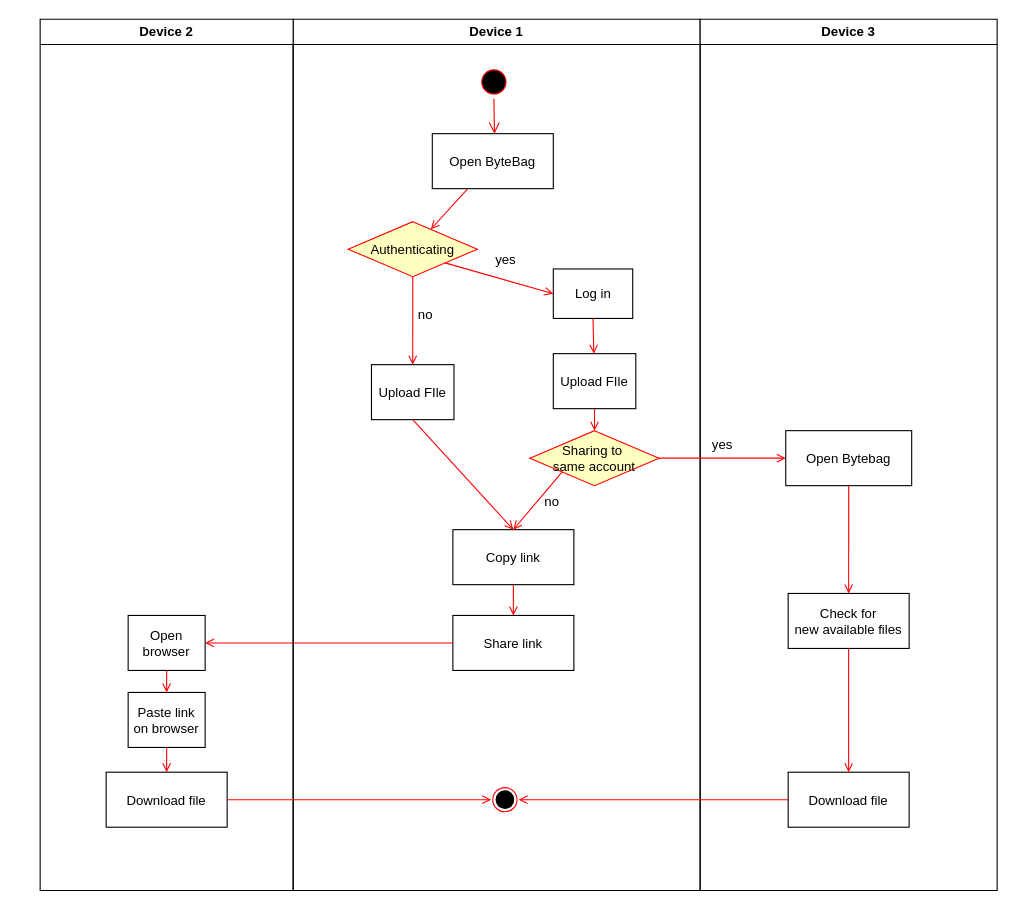
Earlier version of the draw.io diagram 721/ByteBag_Activity_Diagram.drawio (kauer3/bit). Source tidied: cells renumbered, new cells numbered last; positions are measured from the earlier drawing's top-left corner, leaving out a move shared by most shapes. Both pictures are drawn from the tidied source at 110%, with x=0, y=0 at pixel (40, 19).
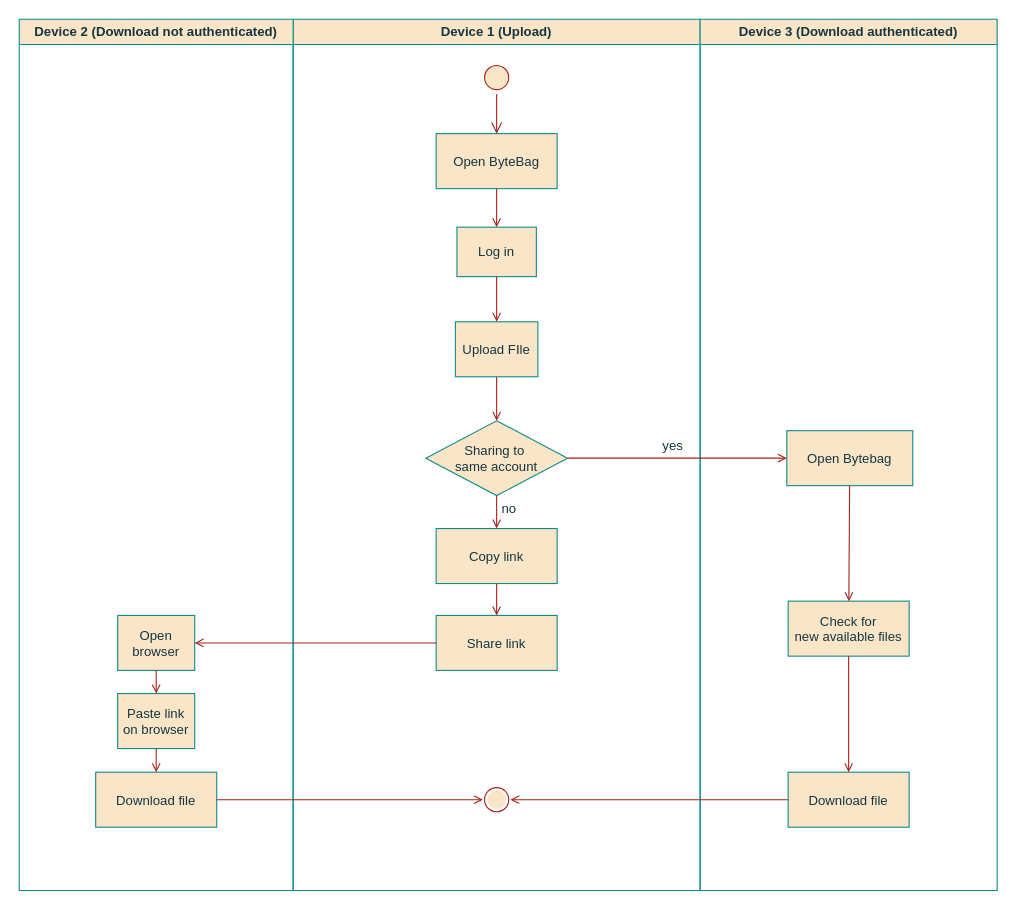
The same diagram, later.

What changed in the source:
```diff
@@
-    <mxCell id="2" value="Device 1" style="swimlane;whiteSpace=wrap;" parent="1" vertex="1">
+    <mxCell id="2" value="Device 1 (Upload)" style="swimlane;whiteSpace=wrap;startSize=23;rounded=0;labelBackgroundColor=none;fillColor=#FAE5C7;strokeColor=#0F8B8D;fontColor=#143642;" parent="1" vertex="1">
       <mxGeometry x="230" width="370" height="792" as="geometry" />
     </mxCell>
+    <mxCell id="25" style="ellipse;shape=startState;strokeColor=none;labelBackgroundColor=none;html=1;rounded=0;fillColor=#FAE5C7;fontColor=#143642;" parent="2" vertex="1">
+      <mxGeometry x="172.5" y="697" width="25" height="25" as="geometry" />
+    </mxCell>
-    <mxCell id="3" style="ellipse;shape=startState;fillColor=#000000;strokeColor=#ff0000;" parent="2" vertex="1">
-      <mxGeometry x="167.5" y="42" width="30" height="30" as="geometry" />
+    <mxCell id="3" style="ellipse;shape=startState;rounded=0;labelBackgroundColor=none;fillColor=#FAE5C7;strokeColor=#A8201A;fontColor=#143642;" parent="2" vertex="1">
+      <mxGeometry x="170" y="38" width="30" height="30" as="geometry" />
     </mxCell>
-    <mxCell id="4" style="edgeStyle=elbowEdgeStyle;elbow=horizontal;verticalAlign=bottom;endArrow=open;endSize=8;strokeColor=#FF0000;endFill=1;rounded=0;exitX=0.5;exitY=1;exitDx=0;exitDy=0;" parent="2" edge="1" source="3" target="5">
+    <mxCell id="4" style="edgeStyle=elbowEdgeStyle;elbow=horizontal;verticalAlign=bottom;endArrow=open;endSize=8;endFill=1;rounded=0;exitX=0.5;exitY=1;exitDx=0;exitDy=0;labelBackgroundColor=none;fontColor=default;strokeColor=#A8201A;" parent="2" edge="1" source="3" target="5">
       <mxGeometry x="100" y="40" as="geometry" />
     </mxCell>
-    <mxCell id="5" value="Open ByteBag" parent="2" vertex="1">
-      <mxGeometry x="126.5" y="104" width="110" height="50" as="geometry" />
+    <mxCell id="5" value="Open ByteBag" style="rounded=0;labelBackgroundColor=none;fillColor=#FAE5C7;strokeColor=#0F8B8D;fontColor=#143642;" parent="2" vertex="1">
+      <mxGeometry x="130" y="104" width="110" height="50" as="geometry" />
     </mxCell>
-    <mxCell id="6" style="endArrow=open;strokeColor=#FF0000;endFill=1;rounded=0;exitX=0.5;exitY=1;exitDx=0;exitDy=0;entryX=0.5;entryY=0;entryDx=0;entryDy=0;" parent="2" edge="1" source="21" target="15">
+    <mxCell id="6" style="endArrow=open;endFill=1;rounded=0;exitX=0.5;exitY=1;exitDx=0;exitDy=0;entryX=0.5;entryY=0;entryDx=0;entryDy=0;labelBackgroundColor=none;fontColor=default;strokeColor=#A8201A;" parent="2" edge="1" source="21" target="15">
       <mxGeometry relative="1" as="geometry" />
     </mxCell>
-    <mxCell id="7" value="Sharing to &#10;same account" style="rhombus;fillColor=#ffffc0;strokeColor=#ff0000;" parent="2" vertex="1">
-      <mxGeometry x="215.2" y="374" width="117.5" height="50" as="geometry" />
+    <mxCell id="7" value="Sharing to &#10;same account" style="rhombus;rounded=0;labelBackgroundColor=none;fillColor=#FAE5C7;strokeColor=#0F8B8D;fontColor=#143642;" parent="2" vertex="1">
+      <mxGeometry x="120.6" y="365" width="128.8" height="68" as="geometry" />
     </mxCell>
-    <mxCell id="8" style="endArrow=open;strokeColor=#FF0000;endFill=1;rounded=0;exitX=0.5;exitY=1;exitDx=0;exitDy=0;" parent="2" edge="1" source="18" target="7">
+    <mxCell id="8" style="endArrow=open;endFill=1;rounded=0;exitX=0.5;exitY=1;exitDx=0;exitDy=0;labelBackgroundColor=none;fontColor=default;strokeColor=#A8201A;" parent="2" edge="1" source="18" target="7">
       <mxGeometry relative="1" as="geometry" />
     </mxCell>
-    <mxCell id="9" style="endArrow=open;strokeColor=#FF0000;endFill=1;rounded=0;" parent="2" edge="1" source="5" target="16">
+    <mxCell id="9" style="endArrow=open;endFill=1;rounded=0;labelBackgroundColor=none;fontColor=default;strokeColor=#A8201A;entryX=0.5;entryY=0;entryDx=0;entryDy=0;" parent="2" edge="1" source="5" target="12">
       <mxGeometry relative="1" as="geometry" />
     </mxCell>
-    <mxCell id="10" value="&lt;div&gt;yes&lt;/div&gt;" style="text;html=1;align=center;verticalAlign=middle;strokeColor=none;fillColor=none;" parent="2" vertex="1">
-      <mxGeometry x="172.5" y="204" width="40" height="30" as="geometry" />
-    </mxCell>
-    <mxCell id="11" style="endArrow=open;strokeColor=#FF0000;endFill=1;rounded=0;exitX=1;exitY=1;exitDx=0;exitDy=0;entryX=0;entryY=0.5;entryDx=0;entryDy=0;" parent="2" edge="1" source="16" target="12">
-      <mxGeometry relative="1" as="geometry" />
-    </mxCell>
-    <mxCell id="12" value="&lt;div&gt;Log in&lt;/div&gt;" style="whiteSpace=wrap;html=1;" parent="2" vertex="1">
-      <mxGeometry x="236.5" y="227" width="72.2" height="45" as="geometry" />
+    <mxCell id="12" value="&lt;div&gt;Log in&lt;/div&gt;" style="whiteSpace=wrap;html=1;rounded=0;labelBackgroundColor=none;fillColor=#FAE5C7;strokeColor=#0F8B8D;fontColor=#143642;" parent="2" vertex="1">
+      <mxGeometry x="148.9" y="189" width="72.2" height="45" as="geometry" />
     </mxCell>
-    <mxCell id="13" value="Upload FIle" parent="2" vertex="1">
-      <mxGeometry x="71.2" y="314" width="75" height="50" as="geometry" />
-    </mxCell>
-    <mxCell id="14" style="endArrow=open;strokeColor=#FF0000;endFill=1;rounded=0;" parent="2" edge="1" source="16" target="13">
-      <mxGeometry relative="1" as="geometry" />
-    </mxCell>
-    <mxCell id="15" value="Share link" parent="2" vertex="1">
-      <mxGeometry x="145.2" y="542" width="110" height="50" as="geometry" />
+    <mxCell id="15" value="Share link" style="rounded=0;labelBackgroundColor=none;fillColor=#FAE5C7;strokeColor=#0F8B8D;fontColor=#143642;" parent="2" vertex="1">
+      <mxGeometry x="130" y="542" width="110" height="50" as="geometry" />
     </mxCell>
-    <mxCell id="16" value="Authenticating" style="rhombus;fillColor=#ffffc0;strokeColor=#ff0000;" parent="2" vertex="1">
-      <mxGeometry x="50" y="184" width="117.5" height="50" as="geometry" />
-    </mxCell>
-    <mxCell id="17" value="no" style="text;html=1;align=center;verticalAlign=middle;strokeColor=none;fillColor=none;" parent="2" vertex="1">
-      <mxGeometry x="100" y="254" width="40" height="30" as="geometry" />
-    </mxCell>
-    <mxCell id="18" value="Upload FIle" parent="2" vertex="1">
-      <mxGeometry x="236.5" y="304" width="75" height="50" as="geometry" />
+    <mxCell id="18" value="Upload FIle" style="rounded=0;labelBackgroundColor=none;fillColor=#FAE5C7;strokeColor=#0F8B8D;fontColor=#143642;" parent="2" vertex="1">
+      <mxGeometry x="147.5" y="275" width="75" height="50" as="geometry" />
     </mxCell>
-    <mxCell id="19" style="endArrow=open;strokeColor=#FF0000;endFill=1;rounded=0;exitX=0.5;exitY=1;exitDx=0;exitDy=0;" parent="2" edge="1" source="12" target="18">
+    <mxCell id="19" style="endArrow=open;endFill=1;rounded=0;exitX=0.5;exitY=1;exitDx=0;exitDy=0;labelBackgroundColor=none;fontColor=default;strokeColor=#A8201A;" parent="2" edge="1" source="12" target="18">
       <mxGeometry relative="1" as="geometry" />
     </mxCell>
-    <mxCell id="20" value="&lt;div&gt;no&lt;/div&gt;" style="text;html=1;align=center;verticalAlign=middle;strokeColor=none;fillColor=none;" parent="2" vertex="1">
-      <mxGeometry x="215.2" y="424" width="40" height="30" as="geometry" />
+    <mxCell id="20" value="&lt;div&gt;no&lt;/div&gt;" style="text;html=1;align=center;verticalAlign=middle;strokeColor=none;fillColor=none;rounded=0;labelBackgroundColor=none;fontColor=#143642;" parent="2" vertex="1">
+      <mxGeometry x="176" y="430" width="40" height="30" as="geometry" />
     </mxCell>
-    <mxCell id="21" value="Copy link" parent="2" vertex="1">
-      <mxGeometry x="145.2" y="464" width="110" height="50" as="geometry" />
+    <mxCell id="21" value="Copy link" style="rounded=0;labelBackgroundColor=none;fillColor=#FAE5C7;strokeColor=#0F8B8D;fontColor=#143642;" parent="2" vertex="1">
+      <mxGeometry x="130" y="463" width="110" height="50" as="geometry" />
     </mxCell>
-    <mxCell id="22" style="endArrow=open;strokeColor=#FF0000;endFill=1;rounded=0;exitX=0;exitY=1;exitDx=0;exitDy=0;entryX=0.5;entryY=0;entryDx=0;entryDy=0;" parent="2" edge="1" source="7" target="21">
+    <mxCell id="22" style="endArrow=open;endFill=1;rounded=0;exitX=0.5;exitY=1;exitDx=0;exitDy=0;entryX=0.5;entryY=0;entryDx=0;entryDy=0;labelBackgroundColor=none;fontColor=default;strokeColor=#A8201A;" parent="2" edge="1" source="7" target="21">
       <mxGeometry relative="1" as="geometry" />
     </mxCell>
-    <mxCell id="23" style="endArrow=open;strokeColor=#FF0000;endFill=1;rounded=0;exitX=0.5;exitY=1;exitDx=0;exitDy=0;entryX=0.5;entryY=0;entryDx=0;entryDy=0;" parent="2" edge="1" source="13" target="21">
-      <mxGeometry relative="1" as="geometry" />
-    </mxCell>
-    <mxCell id="24" style="ellipse;shape=startState;fillColor=none;strokeColor=#ff0000;labelBackgroundColor=default;html=1;" parent="2" vertex="1">
-      <mxGeometry x="177.5" y="694.5" width="30" height="30" as="geometry" />
+    <mxCell id="24" style="ellipse;shape=startState;fillColor=none;labelBackgroundColor=none;html=1;rounded=0;strokeColor=#A8201A;fontColor=#143642;" parent="2" vertex="1">
+      <mxGeometry x="170" y="694.5" width="30" height="30" as="geometry" />
     </mxCell>
-    <mxCell id="25" style="ellipse;shape=startState;fillColor=#000000;strokeColor=none;labelBackgroundColor=default;html=1;" parent="2" vertex="1">
-      <mxGeometry x="180" y="697" width="25" height="25" as="geometry" />
-    </mxCell>
+    <mxCell id="32" value="&lt;div&gt;yes&lt;/div&gt;" style="text;html=1;align=center;verticalAlign=middle;strokeColor=none;fillColor=none;rounded=0;labelBackgroundColor=none;fontColor=#143642;" parent="2" vertex="1">
+      <mxGeometry x="325" y="373" width="40" height="30" as="geometry" />
+    </mxCell>
-    <mxCell id="26" value="Device 3" style="swimlane;whiteSpace=wrap;" parent="1" vertex="1">
+    <mxCell id="26" value="Device 3 (Download authenticated)" style="swimlane;whiteSpace=wrap;rounded=0;labelBackgroundColor=none;fillColor=#FAE5C7;strokeColor=#0F8B8D;fontColor=#143642;" parent="1" vertex="1">
       <mxGeometry x="600" width="270" height="792" as="geometry" />
     </mxCell>
-    <mxCell id="27" value="Open Bytebag" parent="26" vertex="1">
-      <mxGeometry x="77.8" y="374" width="114.5" height="50" as="geometry" />
+    <mxCell id="27" value="Open Bytebag" style="rounded=0;labelBackgroundColor=none;fillColor=#FAE5C7;strokeColor=#0F8B8D;fontColor=#143642;" parent="26" vertex="1">
+      <mxGeometry x="78.8" y="374" width="114.5" height="50" as="geometry" />
     </mxCell>
-    <mxCell id="28" value="Check for &#10;new available files" parent="26" vertex="1">
-      <mxGeometry x="80" y="522" width="110" height="50" as="geometry" />
+    <mxCell id="28" value="Check for &#10;new available files" style="rounded=0;labelBackgroundColor=none;fillColor=#FAE5C7;strokeColor=#0F8B8D;fontColor=#143642;" parent="26" vertex="1">
+      <mxGeometry x="80" y="529" width="110" height="50" as="geometry" />
     </mxCell>
-    <mxCell id="29" style="endArrow=open;strokeColor=#FF0000;endFill=1;rounded=0;" parent="26" edge="1" source="27" target="28">
+    <mxCell id="29" style="endArrow=open;endFill=1;rounded=0;labelBackgroundColor=none;fontColor=default;strokeColor=#A8201A;" parent="26" edge="1" source="27" target="28">
       <mxGeometry relative="1" as="geometry" />
     </mxCell>
-    <mxCell id="30" value="Download file" parent="26" vertex="1">
+    <mxCell id="30" value="Download file" style="rounded=0;labelBackgroundColor=none;fillColor=#FAE5C7;strokeColor=#0F8B8D;fontColor=#143642;" parent="26" vertex="1">
       <mxGeometry x="80" y="684.5" width="110" height="50" as="geometry" />
     </mxCell>
-    <mxCell id="31" style="endArrow=open;strokeColor=#FF0000;endFill=1;rounded=0;" parent="26" edge="1" source="28" target="30">
+    <mxCell id="31" style="endArrow=open;endFill=1;rounded=0;labelBackgroundColor=none;fontColor=default;strokeColor=#A8201A;" parent="26" edge="1" source="28" target="30">
       <mxGeometry relative="1" as="geometry" />
     </mxCell>
-    <mxCell id="32" value="&lt;div&gt;yes&lt;/div&gt;" style="text;html=1;align=center;verticalAlign=middle;strokeColor=none;fillColor=none;" parent="26" vertex="1">
-      <mxGeometry y="372" width="40" height="30" as="geometry" />
-    </mxCell>
-    <mxCell id="33" style="endArrow=open;strokeColor=#FF0000;endFill=1;rounded=0;entryX=1;entryY=0.5;entryDx=0;entryDy=0;exitX=0;exitY=0.5;exitDx=0;exitDy=0;" parent="1" edge="1" source="15" target="38">
+    <mxCell id="33" style="endArrow=open;endFill=1;rounded=0;entryX=1;entryY=0.5;entryDx=0;entryDy=0;exitX=0;exitY=0.5;exitDx=0;exitDy=0;labelBackgroundColor=none;fontColor=default;strokeColor=#A8201A;" parent="1" edge="1" source="15" target="38">
       <mxGeometry relative="1" as="geometry" />
     </mxCell>
-    <mxCell id="34" value="Device 2" style="swimlane;whiteSpace=wrap;" parent="1" vertex="1">
-      <mxGeometry width="230" height="792" as="geometry" />
+    <mxCell id="34" value="Device 2 (Download not authenticated)" style="swimlane;whiteSpace=wrap;startSize=23;rounded=0;labelBackgroundColor=none;fillColor=#FAE5C7;strokeColor=#0F8B8D;fontColor=#143642;" parent="1" vertex="1">
+      <mxGeometry x="-19" width="249" height="792" as="geometry" />
     </mxCell>
-    <mxCell id="35" value="Paste link&#10;on browser" parent="34" vertex="1">
-      <mxGeometry x="80" y="612" width="70" height="50" as="geometry" />
+    <mxCell id="35" value="Paste link&#10;on browser" style="rounded=0;labelBackgroundColor=none;fillColor=#FAE5C7;strokeColor=#0F8B8D;fontColor=#143642;" parent="34" vertex="1">
+      <mxGeometry x="89.5" y="613" width="70" height="50" as="geometry" />
     </mxCell>
-    <mxCell id="36" value="Download file" parent="34" vertex="1">
-      <mxGeometry x="60" y="684.5" width="110" height="50" as="geometry" />
+    <mxCell id="36" value="Download file" style="rounded=0;labelBackgroundColor=none;fillColor=#FAE5C7;strokeColor=#0F8B8D;fontColor=#143642;" parent="34" vertex="1">
+      <mxGeometry x="69.5" y="684.5" width="110" height="50" as="geometry" />
     </mxCell>
-    <mxCell id="37" style="endArrow=open;strokeColor=#FF0000;endFill=1;rounded=0;" parent="34" edge="1" source="35" target="36">
+    <mxCell id="37" style="endArrow=open;endFill=1;rounded=0;labelBackgroundColor=none;fontColor=default;strokeColor=#A8201A;" parent="34" edge="1" source="35" target="36">
       <mxGeometry relative="1" as="geometry" />
     </mxCell>
-    <mxCell id="38" value="Open&#10;browser" parent="34" vertex="1">
-      <mxGeometry x="80" y="542" width="70" height="50" as="geometry" />
+    <mxCell id="38" value="Open&#10;browser" style="rounded=0;labelBackgroundColor=none;fillColor=#FAE5C7;strokeColor=#0F8B8D;fontColor=#143642;" parent="34" vertex="1">
+      <mxGeometry x="89.5" y="542" width="70" height="50" as="geometry" />
     </mxCell>
-    <mxCell id="39" style="endArrow=open;strokeColor=#FF0000;endFill=1;rounded=0;entryX=0.5;entryY=0;entryDx=0;entryDy=0;exitX=0.5;exitY=1;exitDx=0;exitDy=0;" parent="34" edge="1" source="38" target="35">
+    <mxCell id="39" style="endArrow=open;endFill=1;rounded=0;entryX=0.5;entryY=0;entryDx=0;entryDy=0;exitX=0.5;exitY=1;exitDx=0;exitDy=0;labelBackgroundColor=none;fontColor=default;strokeColor=#A8201A;" parent="34" edge="1" source="38" target="35">
       <mxGeometry relative="1" as="geometry" />
     </mxCell>
-    <mxCell id="40" style="endArrow=open;strokeColor=#FF0000;endFill=1;rounded=0;exitX=1;exitY=0.5;exitDx=0;exitDy=0;entryX=0;entryY=0.5;entryDx=0;entryDy=0;" parent="1" edge="1" source="7" target="27">
+    <mxCell id="40" style="endArrow=open;endFill=1;rounded=0;exitX=1;exitY=0.5;exitDx=0;exitDy=0;entryX=0;entryY=0.5;entryDx=0;entryDy=0;labelBackgroundColor=none;fontColor=default;strokeColor=#A8201A;" parent="1" edge="1" source="7" target="27">
       <mxGeometry relative="1" as="geometry" />
     </mxCell>
-    <mxCell id="41" style="endArrow=open;strokeColor=#FF0000;endFill=1;rounded=0;exitX=0;exitY=0.5;exitDx=0;exitDy=0;entryX=1;entryY=0.5;entryDx=0;entryDy=0;" parent="1" edge="1" source="30" target="25">
+    <mxCell id="41" style="endArrow=open;endFill=1;rounded=0;exitX=0;exitY=0.5;exitDx=0;exitDy=0;entryX=1;entryY=0.5;entryDx=0;entryDy=0;labelBackgroundColor=none;fontColor=default;strokeColor=#A8201A;" parent="1" edge="1" source="30" target="25">
       <mxGeometry relative="1" as="geometry" />
     </mxCell>
-    <mxCell id="42" style="endArrow=open;strokeColor=#FF0000;endFill=1;rounded=0;entryX=0;entryY=0.5;entryDx=0;entryDy=0;exitX=1;exitY=0.5;exitDx=0;exitDy=0;" parent="1" edge="1" source="36" target="25">
+    <mxCell id="42" style="endArrow=open;endFill=1;rounded=0;entryX=0;entryY=0.5;entryDx=0;entryDy=0;exitX=1;exitY=0.5;exitDx=0;exitDy=0;labelBackgroundColor=none;fontColor=default;strokeColor=#A8201A;" parent="1" edge="1" source="36" target="25">
       <mxGeometry relative="1" as="geometry" />
     </mxCell>
```
